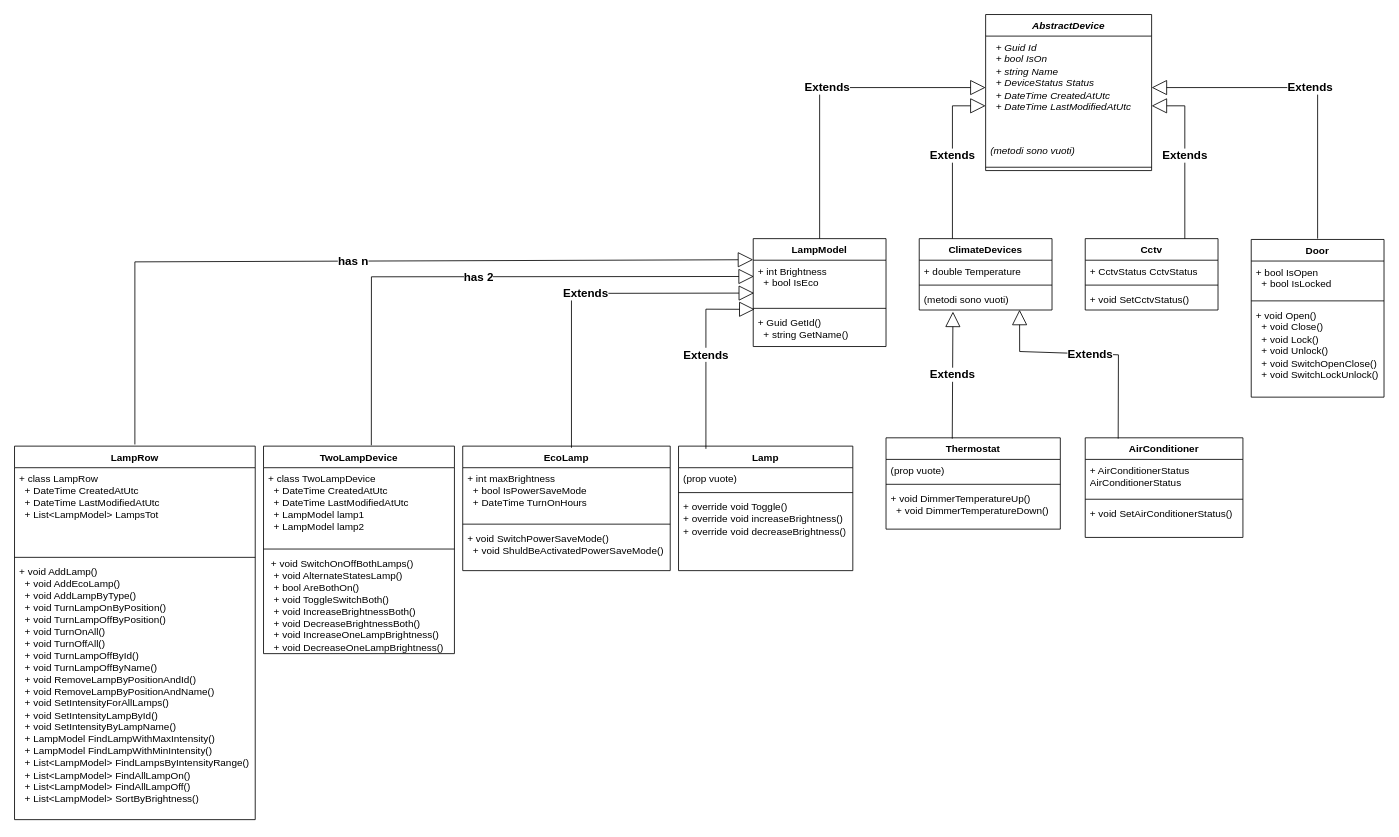
This is doc/UML.SmartHouse.Magalotti-Servadei-Tumaini.drawio from ITT-Pascal/smarthouse-servadei_magalotti, a draw.io file, before an edit. Source tidied: cells renumbered, new cells numbered last; positions are measured from the earlier drawing's top-left corner, leaving out a move shared by most shapes. Both pictures are drawn from the tidied source at 83%, with x=0, y=0 at pixel (14, 14).
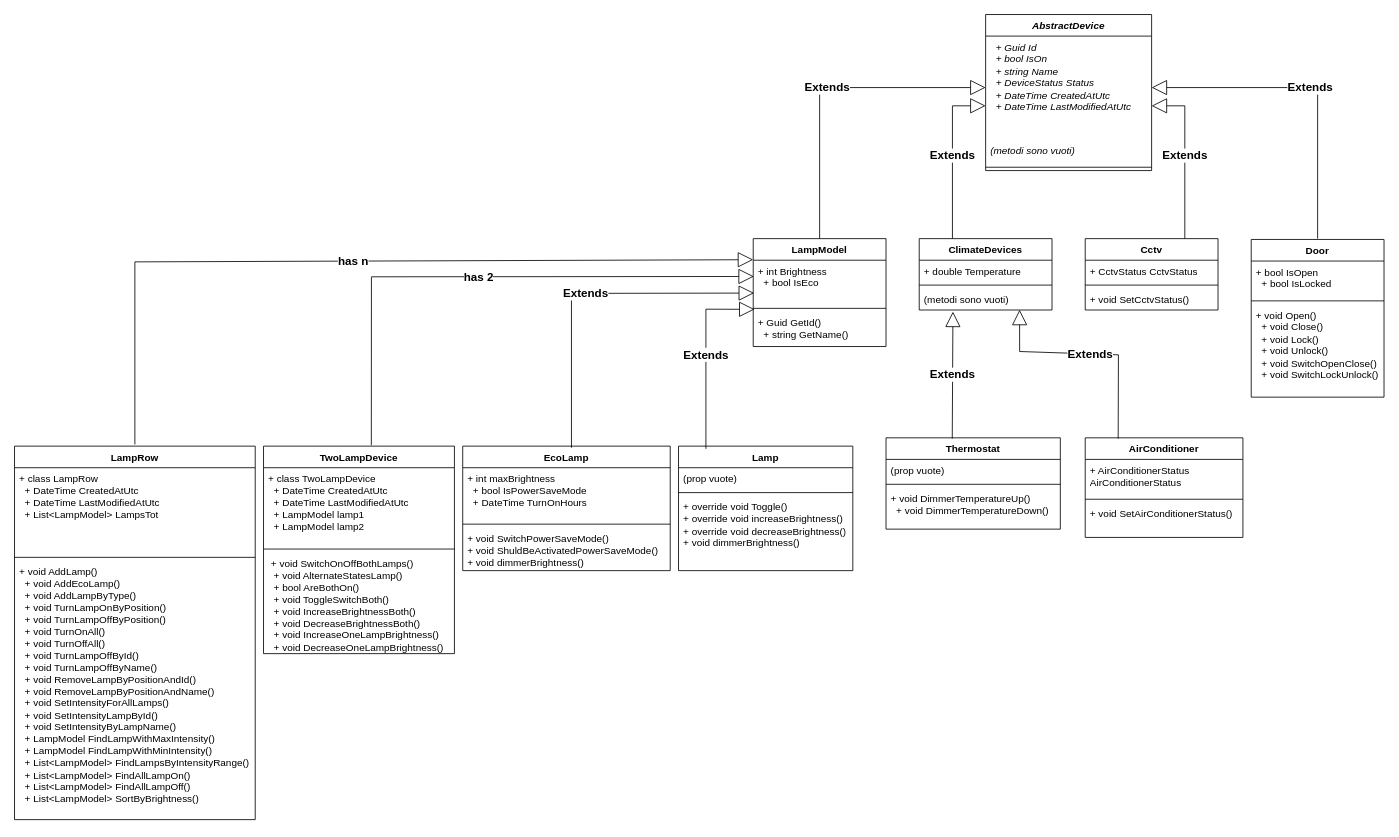
The same diagram, later.

Unchanged cells that the change refers to:
```xml
<mxCell id="26" value="EcoLamp" style="swimlane;fontStyle=1;align=center;verticalAlign=top;horizontal=1;startSize=26;whiteSpace=wrap;html=1;" parent="1" vertex="1">
  <mxGeometry x="540" y="520" width="250" height="150" as="geometry" />
</mxCell>
<mxCell id="42" value="Lamp" style="swimlane;fontStyle=1;align=center;verticalAlign=top;horizontal=1;startSize=26;whiteSpace=wrap;html=1;" parent="1" vertex="1">
  <mxGeometry x="800" y="520" width="210" height="150" as="geometry" />
</mxCell>
```

The edit, as a diff of the source:
```diff
@@
-    <mxCell id="29" value="&lt;div&gt;+ void SwitchPowerSaveMode()&lt;/div&gt;&lt;div&gt;&amp;nbsp; + void ShuldBeActivatedPowerSaveMode()&lt;/div&gt;&lt;div&gt;&lt;br&gt;&lt;/div&gt;" style="text;strokeColor=none;fillColor=none;align=left;verticalAlign=top;spacingLeft=4;spacingRight=4;overflow=hidden;whiteSpace=wrap;html=1;" parent="26" vertex="1">
+    <mxCell id="29" value="&lt;div&gt;+ void SwitchPowerSaveMode()&lt;/div&gt;&lt;div&gt;+ void ShuldBeActivatedPowerSaveMode()&lt;/div&gt;&lt;div&gt;+ void dimmerBrightness()&amp;nbsp; &amp;nbsp;&lt;/div&gt;&lt;div&gt;&lt;br&gt;&lt;/div&gt;" style="text;strokeColor=none;fillColor=none;align=left;verticalAlign=top;spacingLeft=4;spacingRight=4;overflow=hidden;whiteSpace=wrap;html=1;" parent="26" vertex="1">
       <mxGeometry y="98" width="250" height="52" as="geometry" />
     </mxCell>
@@
-    <mxCell id="45" value="+ override void Toggle()&lt;div&gt;+ override void increaseBrightness()&lt;/div&gt;&lt;div&gt;+ override void decreaseBrightness()&lt;br&gt;&lt;div&gt;&lt;br&gt;&lt;/div&gt;&lt;/div&gt;" style="text;strokeColor=none;fillColor=none;align=left;verticalAlign=top;spacingLeft=4;spacingRight=4;overflow=hidden;whiteSpace=wrap;html=1;" parent="42" vertex="1">
+    <mxCell id="45" value="+ override void Toggle()&lt;div&gt;+ override void increaseBrightness()&lt;/div&gt;&lt;div&gt;+ override void decreaseBrightness()&lt;br&gt;&lt;div&gt;+ void dimmerBrightness()&lt;/div&gt;&lt;/div&gt;" style="text;strokeColor=none;fillColor=none;align=left;verticalAlign=top;spacingLeft=4;spacingRight=4;overflow=hidden;whiteSpace=wrap;html=1;" parent="42" vertex="1">
       <mxGeometry y="60" width="210" height="90" as="geometry" />
     </mxCell>
```
